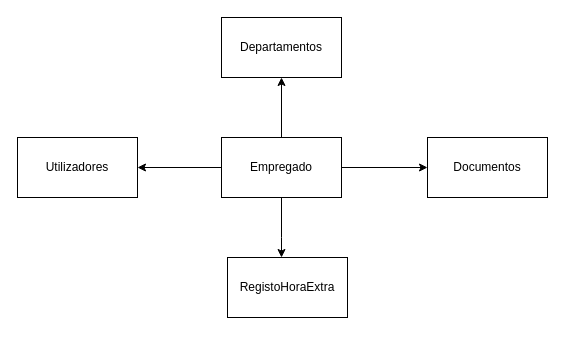
RiSantos79/gestao_rh keeps this draw.io diagram as Diagrama_gestao_rh.drawio. Above is the earlier version. Source tidied: cells renumbered, new cells numbered last; positions are measured from the earlier drawing's top-left corner, leaving out a move shared by most shapes. Both pictures are drawn from the tidied source at 100%, with x=0, y=0 at pixel (17, 17).
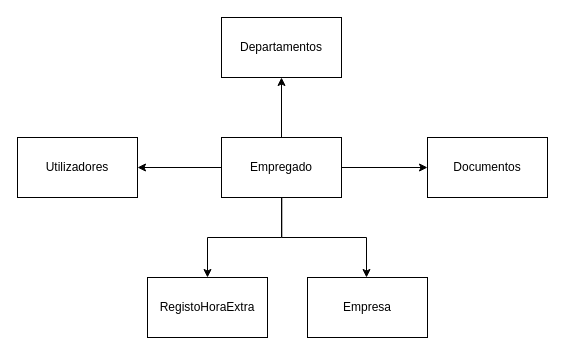
The same diagram, later.

The edit, as a diff of the source:
```diff
@@
 <mxGraphModel>
   <root>
     <mxCell id="0" />
     <mxCell id="1" parent="0" />
     <mxCell id="2" value="Departamentos" style="rounded=0;whiteSpace=wrap;html=1;" parent="1" vertex="1">
       <mxGeometry x="204" width="120" height="60" as="geometry" />
     </mxCell>
     <mxCell id="3" style="edgeStyle=orthogonalEdgeStyle;rounded=0;jettySize=auto;html=1;" parent="1" edge="1" source="7" target="2">
       <mxGeometry relative="1" as="geometry" />
     </mxCell>
-    <mxCell id="4" style="edgeStyle=orthogonalEdgeStyle;rounded=0;jettySize=auto;html=1;" parent="1" edge="1" source="7" target="9">
+    <mxCell id="4" style="edgeStyle=orthogonalEdgeStyle;rounded=0;jettySize=auto;html=1;entryX=0.5;entryY=0;entryDx=0;entryDy=0;" parent="1" edge="1" source="7" target="9">
       <mxGeometry relative="1" as="geometry">
         <Array as="points">
           <mxPoint x="264" y="220" />
-          <mxPoint x="264" y="220" />
+          <mxPoint x="190" y="220" />
         </Array>
       </mxGeometry>
     </mxCell>
     <mxCell id="5" style="edgeStyle=orthogonalEdgeStyle;rounded=0;jettySize=auto;html=1;" parent="1" edge="1" source="7" target="8">
       <mxGeometry relative="1" as="geometry" />
     </mxCell>
     <mxCell id="6" style="edgeStyle=orthogonalEdgeStyle;rounded=0;jettySize=auto;html=1;" parent="1" edge="1" source="7" target="10">
       <mxGeometry relative="1" as="geometry" />
     </mxCell>
     <mxCell id="7" value="Empregado" style="rounded=0;whiteSpace=wrap;html=1;" parent="1" vertex="1">
       <mxGeometry x="204" y="120" width="120" height="60" as="geometry" />
     </mxCell>
     <mxCell id="8" value="Utilizadores" style="rounded=0;whiteSpace=wrap;html=1;" parent="1" vertex="1">
       <mxGeometry y="120" width="120" height="60" as="geometry" />
     </mxCell>
     <mxCell id="9" value="RegistoHoraExtra" style="rounded=0;whiteSpace=wrap;html=1;" parent="1" vertex="1">
-      <mxGeometry x="210" y="240" width="120" height="60" as="geometry" />
+      <mxGeometry x="130" y="260" width="120" height="60" as="geometry" />
     </mxCell>
     <mxCell id="10" value="Documentos" style="rounded=0;whiteSpace=wrap;html=1;" parent="1" vertex="1">
       <mxGeometry x="410" y="120" width="120" height="60" as="geometry" />
     </mxCell>
+    <mxCell id="11" style="edgeStyle=orthogonalEdgeStyle;rounded=0;orthogonalLoop=1;jettySize=auto;html=1;entryX=0.5;entryY=0;entryDx=0;entryDy=0;exitX=0.511;exitY=0.995;exitDx=0;exitDy=0;exitPerimeter=0;" parent="1" edge="1">
+      <mxGeometry relative="1" as="geometry">
+        <mxPoint x="264.3" y="179.7" as="sourcePoint" />
+        <mxPoint x="349" y="260" as="targetPoint" />
+        <Array as="points">
+          <mxPoint x="264" y="220" />
+          <mxPoint x="349" y="220" />
+        </Array>
+      </mxGeometry>
+    </mxCell>
+    <mxCell id="12" value="Empresa" style="rounded=0;whiteSpace=wrap;html=1;" parent="1" vertex="1">
+      <mxGeometry x="290" y="260" width="120" height="60" as="geometry" />
+    </mxCell>
   </root>
 </mxGraphModel>
```
